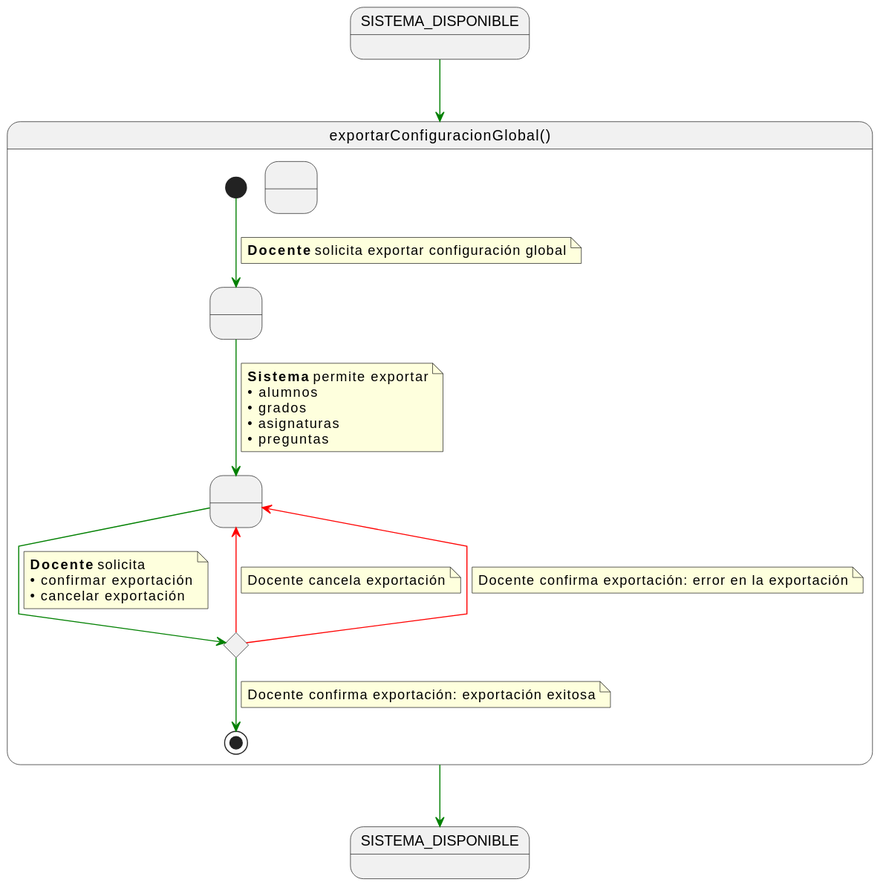
The PlantUML diagram documents/casos-de-uso/detalladoCasosDeUso/exportarConfiguracionGlobal/exportarConfiguracionGlobal.svg in martinlopez7/25-26-IdSw1-SdR, before a commit.
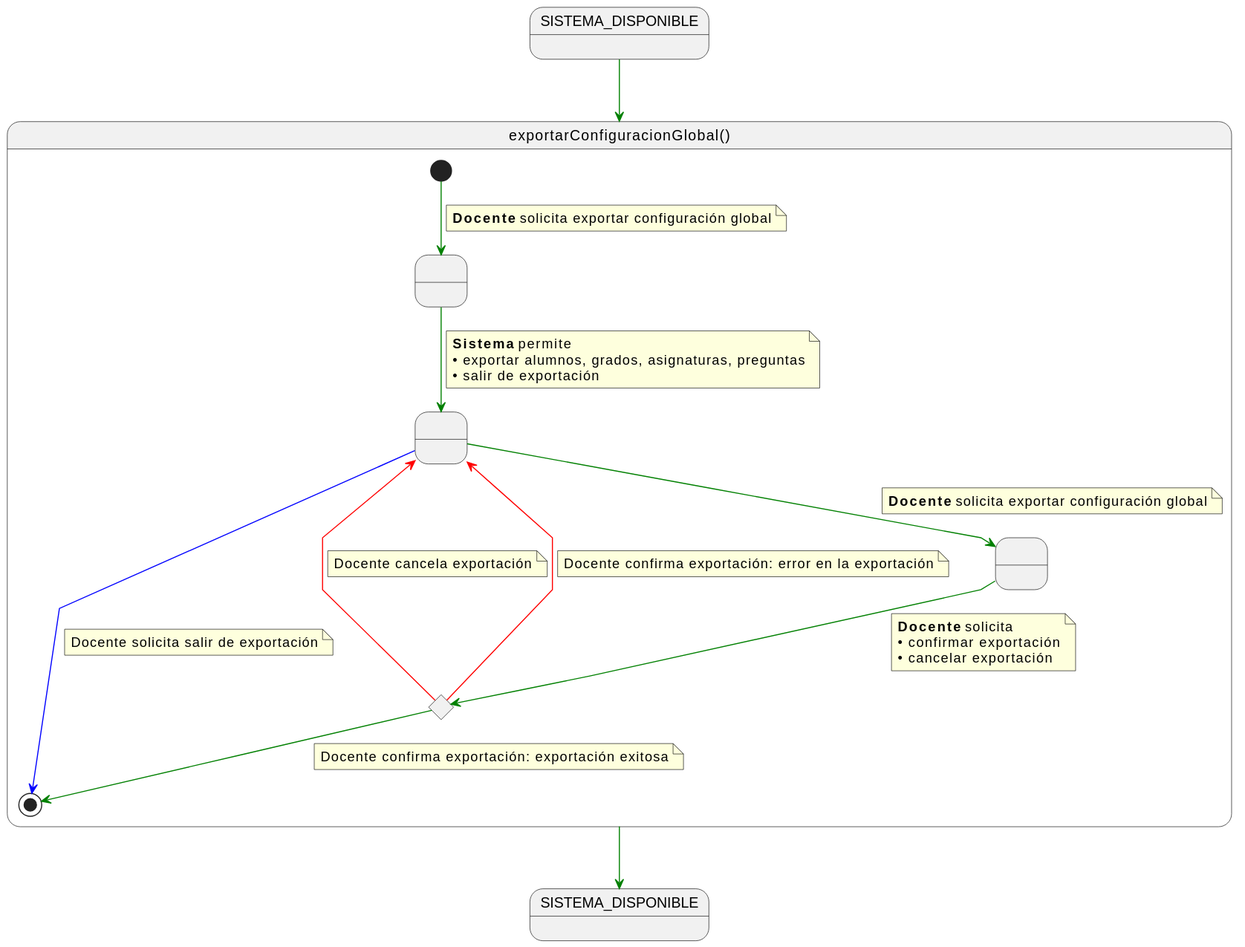
The same diagram one commit later.

The edit, as a diff of the source:
```diff
@@ -17,14 +17,17 @@
 
     RequiringGlobalConfigurationExport -[#green]-> ProvidingGlobalConfiguration
     note on link
-    <b>Sistema</b> permite exportar
-    • alumnos
-    • grados
-    • asignaturas
-    • preguntas
+    <b>Sistema</b> permite
+    • exportar alumnos, grados, asignaturas, preguntas
+    • salir de exportación
     end note
 
-    ProvidingGlobalConfiguration -[#green]-> c
+    ProvidingGlobalConfiguration -[#green]-> ProvidingConfirmation
+    note on link
+    <b>Docente</b> solicita exportar configuración global
+    end note
+
+    ProvidingConfirmation -[#green]-> c
     note on link
     <b>Docente</b> solicita
     • confirmar exportación
@@ -45,6 +48,11 @@
     note on link
     Docente confirma exportación: exportación exitosa
     end note
+
+    ProvidingGlobalConfiguration -[#blue]-> [*]
+    note on link
+    Docente solicita salir de exportación
+    end note
 }
 
 SISTEMA_DISPONIBLE -[#green]-> exportarConfiguracionGlobal
```
